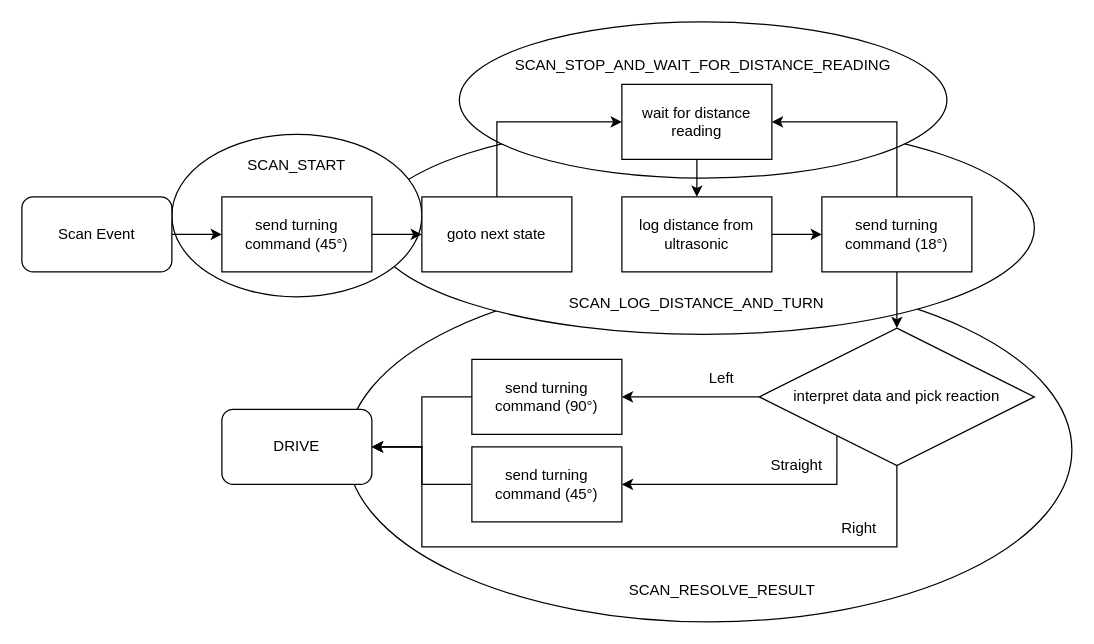
xonder05/ROS2_For_Adeept_AWR keeps this draw.io diagram as doc/other-files/wandering_scan_diagram.drawio. Above is the earlier version. Source tidied: cells renumbered, new cells numbered last; positions are measured from the earlier drawing's top-left corner, leaving out a move shared by most shapes. Both pictures are drawn from the tidied source at 125%, with x=0, y=0 at pixel (21, 21).
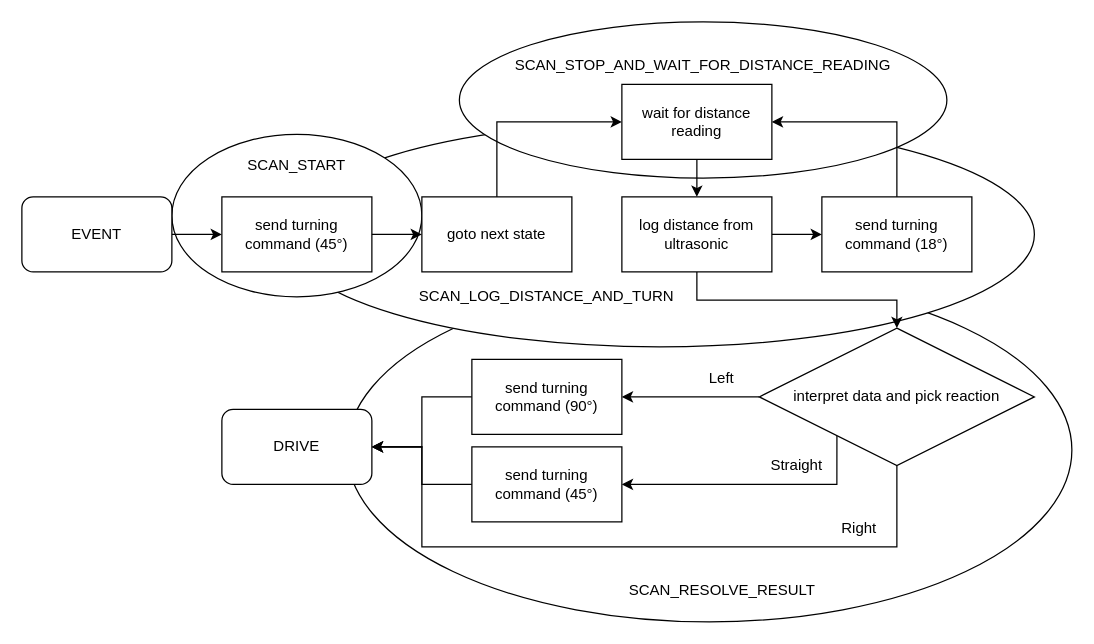
The same page after the edit.

Unchanged cells that the change refers to:
```xml
<mxCell id="15" value="send turning command (18°)" style="rounded=0;whiteSpace=wrap;html=1;" parent="1" vertex="1">
  <mxGeometry x="640" y="140" width="120" height="60" as="geometry" />
</mxCell>
<mxCell id="17" value="log distance from ultrasonic" style="rounded=0;whiteSpace=wrap;html=1;" parent="1" vertex="1">
  <mxGeometry x="480" y="140" width="120" height="60" as="geometry" />
</mxCell>
<mxCell id="24" value="interpret data and pick reaction" style="rhombus;whiteSpace=wrap;html=1;" parent="1" vertex="1">
  <mxGeometry x="590" y="245" width="220" height="110" as="geometry" />
</mxCell>
```

Diff of the diagram source:
```diff
@@
     <mxCell id="3" style="ellipse;whiteSpace=wrap;html=1;" parent="1" vertex="1">
-      <mxGeometry x="280" y="80" width="530" height="170" as="geometry" />
+      <mxGeometry x="210" y="80" width="600" height="180" as="geometry" />
     </mxCell>
@@
-    <mxCell id="7" value="Scan Event" style="rounded=1;whiteSpace=wrap;html=1;" parent="1" vertex="1">
+    <mxCell id="7" value="EVENT" style="rounded=1;whiteSpace=wrap;html=1;" parent="1" vertex="1">
       <mxGeometry y="140" width="120" height="60" as="geometry" />
     </mxCell>
@@
-    <mxCell id="11" value="SCAN_LOG_DISTANCE_AND_TURN" style="text;html=1;align=center;verticalAlign=middle;whiteSpace=wrap;rounded=0;" parent="1" vertex="1">
-      <mxGeometry x="420" y="210" width="240" height="30" as="geometry" />
+    <mxCell id="11" value="SCAN_LOG_DISTANCE_AND_TURN" style="text;html=1;align=center;verticalAlign=middle;whiteSpace=wrap;rounded=0;rotation=0;" parent="1" vertex="1">
+      <mxGeometry x="300" y="205" width="240" height="30" as="geometry" />
     </mxCell>
@@
-    <mxCell id="14" style="edgeStyle=orthogonalEdgeStyle;rounded=0;jettySize=auto;html=1;entryX=0.5;entryY=0;entryDx=0;entryDy=0;" parent="1" edge="1" source="15" target="24">
+    <mxCell id="14" style="edgeStyle=orthogonalEdgeStyle;rounded=0;jettySize=auto;html=1;entryX=0.5;entryY=0;entryDx=0;entryDy=0;exitX=0.5;exitY=1;exitDx=0;exitDy=0;" parent="1" edge="1" source="17" target="24">
       <mxGeometry relative="1" as="geometry" />
     </mxCell>
```
